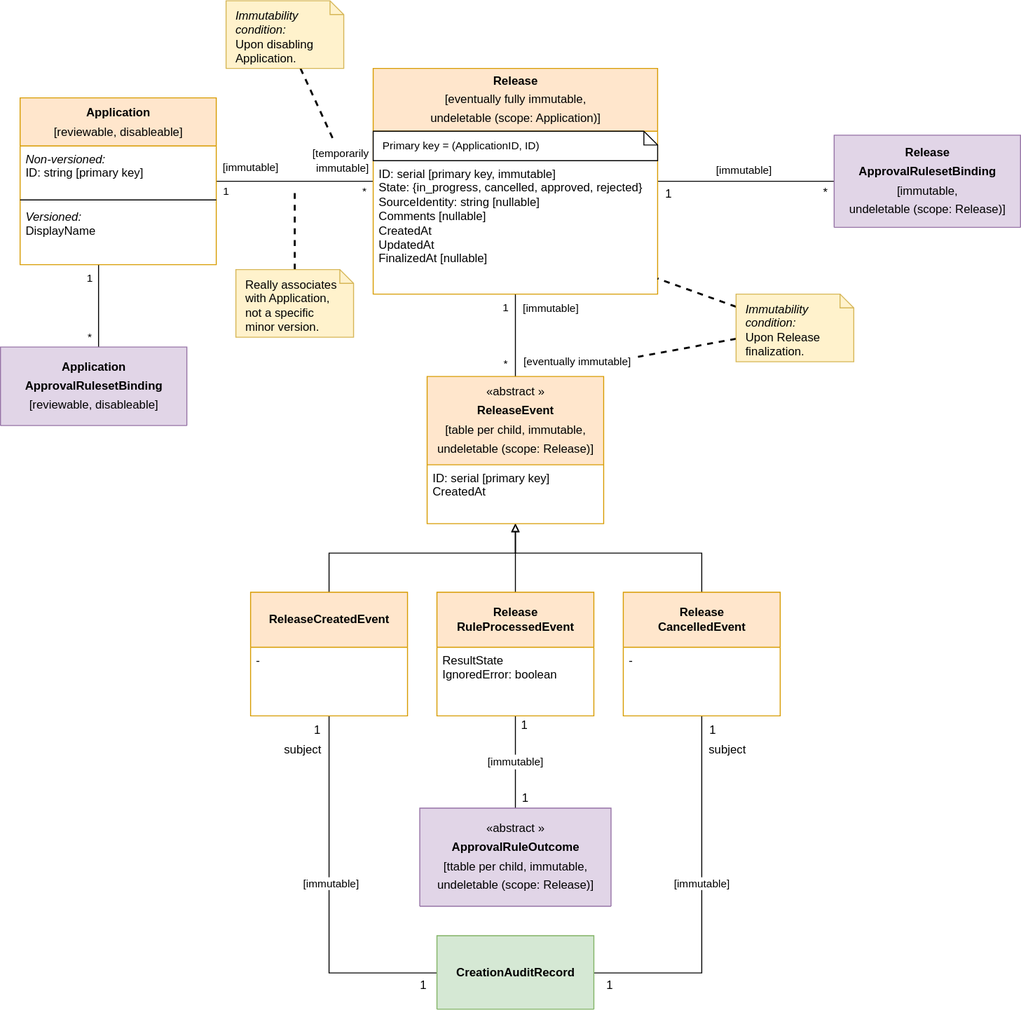
fullstaq-labs/sqedule keeps this draw.io diagram as devdocs/applications-releases-and-related.drawio.svg. Above is the earlier version. Source tidied: cells renumbered, new cells last; positions are measured from the earlier drawing's top-left corner, leaving out a move shared by most shapes.
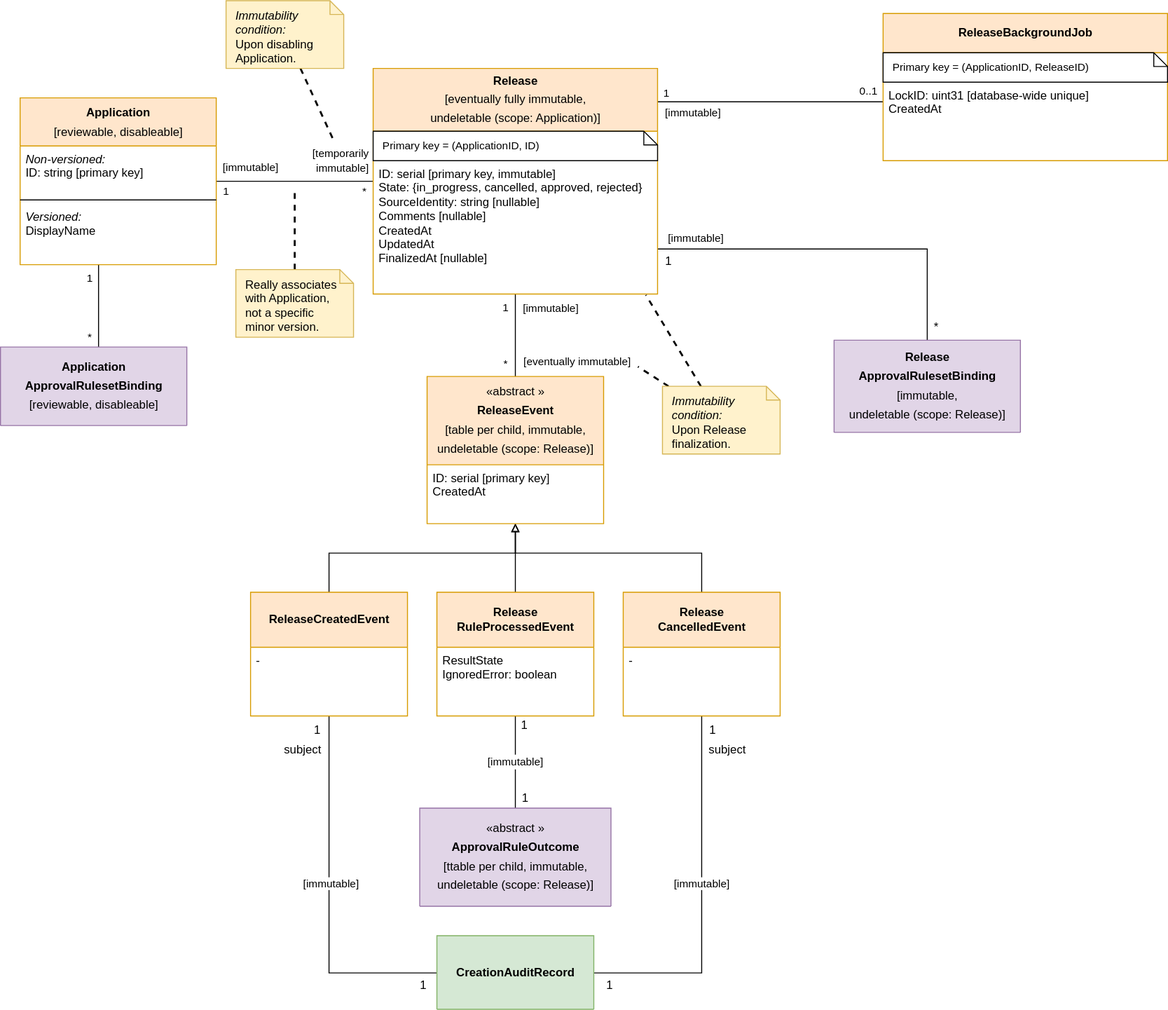
Above is the later version.

Commit message:
Document ReleaseBackgroundJobs

Diff of the diagram source:
```diff
@@ -196,23 +196,50 @@
       <mxGeometry x="445" y="953" width="160" height="75" as="geometry" />
     </mxCell>
     <mxCell id="46" style="edgeStyle=orthogonalEdgeStyle;rounded=0;jettySize=auto;html=1;endArrow=none;endFill=0;" parent="1" edge="1" source="50" target="55">
-      <mxGeometry relative="1" as="geometry" />
+      <mxGeometry relative="1" as="geometry">
+        <Array as="points">
+          <mxPoint x="945" y="253" />
+        </Array>
+      </mxGeometry>
     </mxCell>
     <mxCell id="47" value="1" style="edgeLabel;html=1;align=center;verticalAlign=middle;fontSize=12;" parent="46" vertex="1">
       <mxGeometry x="-0.76" relative="1" as="geometry">
-        <mxPoint x="-12" y="12" as="offset" />
+        <mxPoint x="-34" y="12" as="offset" />
       </mxGeometry>
     </mxCell>
     <mxCell id="48" value="*" style="edgeLabel;html=1;align=center;verticalAlign=middle;fontSize=12;" parent="46" vertex="1">
       <mxGeometry x="0.86" y="1" relative="1" as="geometry">
-        <mxPoint x="3" y="12" as="offset" />
+        <mxPoint x="7" y="12" as="offset" />
       </mxGeometry>
     </mxCell>
     <mxCell id="49" value="[immutable]" style="edgeLabel;html=1;align=center;verticalAlign=middle;fontSize=11;" parent="46" vertex="1">
       <mxGeometry x="-0.84" y="-1" relative="1" as="geometry">
-        <mxPoint x="73" y="-13" as="offset" />
+        <mxPoint x="9" y="-13" as="offset" />
       </mxGeometry>
     </mxCell>
+    <mxCell id="61" style="edgeStyle=orthogonalEdgeStyle;rounded=0;jettySize=auto;html=1;endArrow=none;endFill=0;" parent="1" edge="1" source="50" target="65">
+      <mxGeometry relative="1" as="geometry">
+        <Array as="points">
+          <mxPoint x="810" y="103" />
+          <mxPoint x="810" y="103" />
+        </Array>
+      </mxGeometry>
+    </mxCell>
+    <mxCell id="62" value="0..1" style="edgeLabel;html=1;align=center;verticalAlign=middle;" parent="61" vertex="1">
+      <mxGeometry x="0.62" y="-1" relative="1" as="geometry">
+        <mxPoint x="28" y="-13" as="offset" />
+      </mxGeometry>
+    </mxCell>
+    <mxCell id="63" value="1" style="edgeLabel;html=1;align=center;verticalAlign=middle;" parent="61" vertex="1">
+      <mxGeometry x="-0.89" y="-1" relative="1" as="geometry">
+        <mxPoint x="-4" y="-11" as="offset" />
+      </mxGeometry>
+    </mxCell>
+    <mxCell id="64" value="[immutable]" style="edgeLabel;html=1;align=center;verticalAlign=middle;" parent="61" vertex="1">
+      <mxGeometry x="-0.87" relative="1" as="geometry">
+        <mxPoint x="20" y="10" as="offset" />
+      </mxGeometry>
+    </mxCell>
     <mxCell id="50" value="&lt;p style=&quot;line-height: 160%&quot;&gt;Release&lt;br&gt;&lt;span style=&quot;font-weight: normal&quot;&gt;[eventually fully immutable,&lt;br&gt;undeletable (scope: Application)]&lt;/span&gt;&lt;/p&gt;" style="swimlane;fontStyle=1;horizontal=1;startSize=64;fillColor=#ffe6cc;shadow=0;glass=0;comic=0;html=1;strokeColor=#d79b00;swimlaneFillColor=#ffffff;gradientColor=none;" parent="1" vertex="1">
       <mxGeometry x="380" y="69" width="290" height="230" as="geometry" />
     </mxCell>
@@ -231,18 +258,18 @@
       <mxGeometry x="240" y="274" width="120" height="69" as="geometry" />
     </mxCell>
     <mxCell id="55" value="&lt;p style=&quot;line-height: 160%&quot;&gt;Release&lt;br&gt;ApprovalRulesetBinding&lt;br&gt;&lt;span style=&quot;font-weight: normal&quot;&gt;[immutable,&lt;br&gt;undeletable (scope: Release)]&lt;/span&gt;&lt;br&gt;&lt;/p&gt;" style="swimlane;fontStyle=1;horizontal=1;startSize=94;fillColor=#e1d5e7;strokeColor=#9673a6;swimlaneFillColor=#ffffff;html=1;" parent="1" vertex="1" collapsed="1">
-      <mxGeometry x="850" y="137" width="190" height="94" as="geometry" />
+      <mxGeometry x="850" y="346" width="190" height="94" as="geometry" />
     </mxCell>
-    <mxCell id="56" style="rounded=0;jettySize=auto;html=1;fontSize=11;strokeWidth=2;endArrow=none;endFill=0;dashed=1;" parent="1" edge="1" source="58" target="52">
+    <mxCell id="56" style="rounded=0;jettySize=auto;html=1;fontSize=11;strokeWidth=2;endArrow=none;endFill=0;dashed=1;entryX=0.959;entryY=1.007;entryDx=0;entryDy=0;entryPerimeter=0;" parent="1" edge="1" source="58" target="52">
       <mxGeometry relative="1" as="geometry" />
     </mxCell>
     <mxCell id="57" style="edgeStyle=none;rounded=0;jettySize=auto;html=1;dashed=1;endArrow=none;endFill=0;strokeWidth=2;fontSize=11;" parent="1" edge="1" source="58">
       <mxGeometry relative="1" as="geometry">
-        <mxPoint x="650" y="363" as="targetPoint" />
+        <mxPoint x="650" y="373" as="targetPoint" />
       </mxGeometry>
     </mxCell>
     <mxCell id="58" value="&lt;i&gt;Immutability condition:&lt;/i&gt;&lt;br&gt;Upon Release finalization." style="shape=note;whiteSpace=wrap;html=1;size=14;verticalAlign=top;align=left;spacingTop=-6;fontSize=12;spacing=10;fillColor=#fff2cc;strokeColor=#d6b656;sketch=0;" parent="1" vertex="1">
-      <mxGeometry x="750" y="299" width="120" height="69" as="geometry" />
+      <mxGeometry x="675" y="393" width="120" height="69" as="geometry" />
     </mxCell>
     <mxCell id="59" style="rounded=0;jettySize=auto;html=1;dashed=1;endArrow=none;endFill=0;strokeWidth=2;fontSize=11;" parent="1" edge="1" source="60">
       <mxGeometry relative="1" as="geometry">
@@ -252,5 +279,14 @@
     <mxCell id="60" value="&lt;i&gt;Immutability condition:&lt;/i&gt;&lt;br&gt;Upon disabling Application." style="shape=note;whiteSpace=wrap;html=1;size=14;verticalAlign=top;align=left;spacingTop=-6;fontSize=12;spacing=10;fillColor=#fff2cc;strokeColor=#d6b656;sketch=0;" parent="1" vertex="1">
       <mxGeometry x="230" width="120" height="69" as="geometry" />
     </mxCell>
+    <mxCell id="65" value="&lt;p style=&quot;line-height: 160%&quot;&gt;ReleaseBackgroundJob&lt;br&gt;&lt;/p&gt;" style="swimlane;fontStyle=1;horizontal=1;startSize=40;fillColor=#ffe6cc;shadow=0;glass=0;comic=0;html=1;strokeColor=#d79b00;swimlaneFillColor=#ffffff;gradientColor=none;" parent="1" vertex="1">
+      <mxGeometry x="900" y="13" width="290" height="150" as="geometry" />
+    </mxCell>
+    <mxCell id="66" value="Primary key = (ApplicationID, ReleaseID)" style="shape=note;whiteSpace=wrap;html=1;size=14;verticalAlign=top;align=left;spacingTop=-6;fontSize=11;spacing=10;rotation=0;shadow=0;sketch=0;" parent="65" vertex="1">
+      <mxGeometry y="40" width="290" height="30" as="geometry" />
+    </mxCell>
+    <mxCell id="67" value="LockID: uint31 [database-wide unique]&#10;CreatedAt" style="text;strokeColor=none;fillColor=none;align=left;verticalAlign=top;spacingLeft=4;spacingRight=4;overflow=hidden;whiteSpace=wrap;" parent="65" vertex="1">
+      <mxGeometry y="70" width="290" height="80" as="geometry" />
+    </mxCell>
   </root>
 </mxGraphModel>
```
